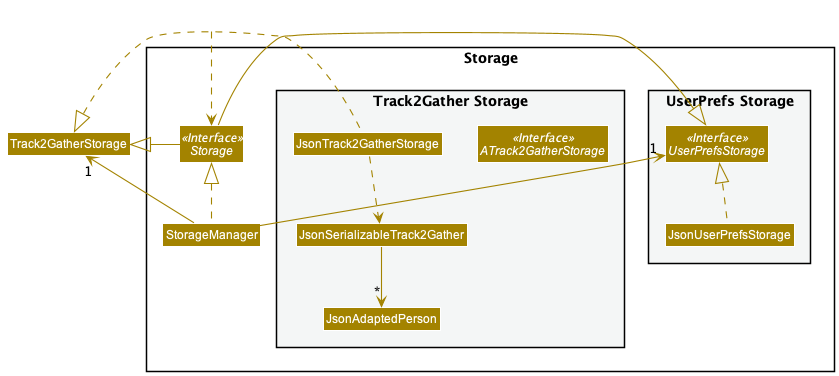
The PlantUML diagram docs/images/StorageClassDiagram.png in nus-cs2103-AY2122S1/tp, before a commit.
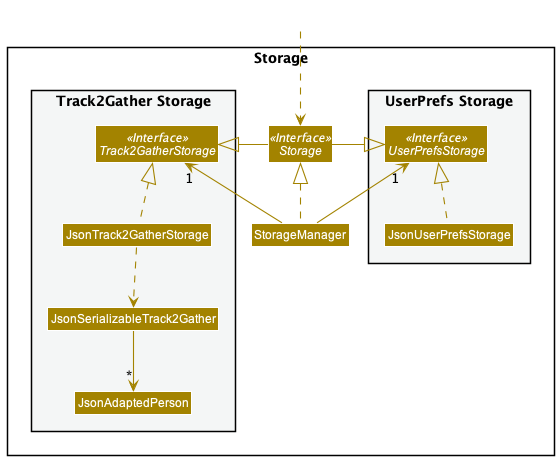
The same file after the commit.

Change to the diagram source:
```diff
@@ -16,7 +16,7 @@
 Class StorageManager
 
 package "Track2Gather Storage" #F4F6F6{
-Interface ATrack2GatherStorage <<Interface>>
+Interface Track2GatherStorage <<Interface>>
 Class JsonTrack2GatherStorage
 Class JsonSerializableTrack2Gather
 Class JsonAdaptedPerson
```
